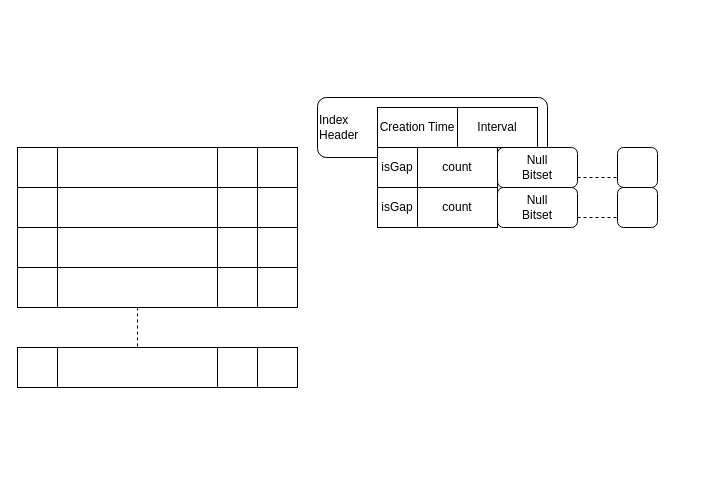
Earlier version of the draw.io diagram page "Strona-2" (2 of 2) of src/UML/data_format.drawio (michalwidera/retractordb). Source tidied: cells renumbered, new cells numbered last; positions are measured from the earlier drawing's top-left corner, leaving out a move shared by most shapes. Both pictures are drawn from the tidied source at 100%, with x=0, y=0 at pixel (17, 97).
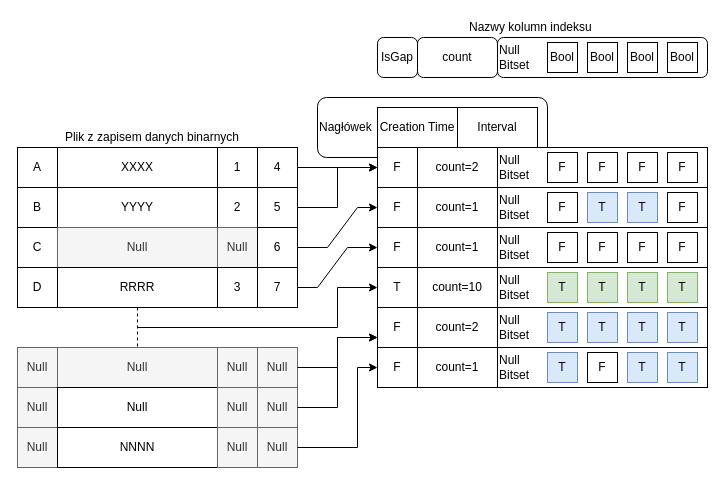
The same page after the edit.

Commit message (it also covers changes not shown here):
poprawiony rysunek indeksu

Diff of the diagram source:
```diff
@@
-    <mxCell id="2" value="Index&lt;br&gt;Header" style="rounded=1;whiteSpace=wrap;html=1;align=left;" parent="1" vertex="1">
+    <mxCell id="2" value="Nagłówek" style="rounded=1;whiteSpace=wrap;html=1;align=left;" parent="1" vertex="1">
       <mxGeometry x="300" width="230" height="60" as="geometry" />
     </mxCell>
-    <mxCell id="3" style="rounded=0;whiteSpace=wrap;html=1;" parent="1" vertex="1">
+    <mxCell id="3" value="A" style="rounded=0;whiteSpace=wrap;html=1;" parent="1" vertex="1">
       <mxGeometry y="50" width="40" height="40" as="geometry" />
     </mxCell>
-    <mxCell id="4" style="rounded=0;whiteSpace=wrap;html=1;" parent="1" vertex="1">
+    <mxCell id="4" value="XXXX" style="rounded=0;whiteSpace=wrap;html=1;" parent="1" vertex="1">
       <mxGeometry x="40" y="50" width="160" height="40" as="geometry" />
     </mxCell>
-    <mxCell id="5" style="rounded=0;whiteSpace=wrap;html=1;" parent="1" vertex="1">
+    <mxCell id="5" value="1" style="rounded=0;whiteSpace=wrap;html=1;" parent="1" vertex="1">
       <mxGeometry x="200" y="50" width="40" height="40" as="geometry" />
     </mxCell>
-    <mxCell id="6" style="rounded=0;whiteSpace=wrap;html=1;" parent="1" vertex="1">
+    <mxCell id="6" value="4" style="rounded=0;whiteSpace=wrap;html=1;" parent="1" vertex="1">
       <mxGeometry x="240" y="50" width="40" height="40" as="geometry" />
     </mxCell>
-    <mxCell id="7" style="rounded=0;whiteSpace=wrap;html=1;" parent="1" vertex="1">
+    <mxCell id="7" value="B" style="rounded=0;whiteSpace=wrap;html=1;" parent="1" vertex="1">
       <mxGeometry y="90" width="40" height="40" as="geometry" />
     </mxCell>
-    <mxCell id="8" style="rounded=0;whiteSpace=wrap;html=1;" parent="1" vertex="1">
+    <mxCell id="8" value="YYYY" style="rounded=0;whiteSpace=wrap;html=1;" parent="1" vertex="1">
       <mxGeometry x="40" y="90" width="160" height="40" as="geometry" />
     </mxCell>
-    <mxCell id="9" style="rounded=0;whiteSpace=wrap;html=1;" parent="1" vertex="1">
+    <mxCell id="9" value="2" style="rounded=0;whiteSpace=wrap;html=1;" parent="1" vertex="1">
       <mxGeometry x="200" y="90" width="40" height="40" as="geometry" />
     </mxCell>
-    <mxCell id="10" style="rounded=0;whiteSpace=wrap;html=1;" parent="1" vertex="1">
+    <mxCell id="10" value="5" style="rounded=0;whiteSpace=wrap;html=1;" parent="1" vertex="1">
       <mxGeometry x="240" y="90" width="40" height="40" as="geometry" />
     </mxCell>
-    <mxCell id="11" style="rounded=0;whiteSpace=wrap;html=1;" parent="1" vertex="1">
+    <mxCell id="11" value="C" style="rounded=0;whiteSpace=wrap;html=1;" parent="1" vertex="1">
       <mxGeometry y="130" width="40" height="40" as="geometry" />
     </mxCell>
-    <mxCell id="12" style="rounded=0;whiteSpace=wrap;html=1;" parent="1" vertex="1">
+    <mxCell id="12" value="Null" style="rounded=0;whiteSpace=wrap;html=1;fillColor=#f5f5f5;fontColor=#333333;strokeColor=#666666;" parent="1" vertex="1">
       <mxGeometry x="40" y="130" width="160" height="40" as="geometry" />
     </mxCell>
-    <mxCell id="13" style="rounded=0;whiteSpace=wrap;html=1;" parent="1" vertex="1">
+    <mxCell id="13" value="Null" style="rounded=0;whiteSpace=wrap;html=1;fillColor=#f5f5f5;fontColor=#333333;strokeColor=#666666;" parent="1" vertex="1">
       <mxGeometry x="200" y="130" width="40" height="40" as="geometry" />
     </mxCell>
-    <mxCell id="14" style="rounded=0;whiteSpace=wrap;html=1;" parent="1" vertex="1">
+    <mxCell id="14" value="6" style="rounded=0;whiteSpace=wrap;html=1;" parent="1" vertex="1">
       <mxGeometry x="240" y="130" width="40" height="40" as="geometry" />
     </mxCell>
-    <mxCell id="15" style="rounded=0;whiteSpace=wrap;html=1;" parent="1" vertex="1">
+    <mxCell id="15" value="D" style="rounded=0;whiteSpace=wrap;html=1;" parent="1" vertex="1">
       <mxGeometry y="170" width="40" height="40" as="geometry" />
     </mxCell>
-    <mxCell id="16" style="rounded=0;whiteSpace=wrap;html=1;" parent="1" vertex="1">
+    <mxCell id="16" value="RRRR" style="rounded=0;whiteSpace=wrap;html=1;" parent="1" vertex="1">
       <mxGeometry x="40" y="170" width="160" height="40" as="geometry" />
     </mxCell>
-    <mxCell id="17" style="rounded=0;whiteSpace=wrap;html=1;" parent="1" vertex="1">
+    <mxCell id="17" value="3" style="rounded=0;whiteSpace=wrap;html=1;" parent="1" vertex="1">
       <mxGeometry x="200" y="170" width="40" height="40" as="geometry" />
     </mxCell>
-    <mxCell id="18" style="rounded=0;whiteSpace=wrap;html=1;" parent="1" vertex="1">
+    <mxCell id="18" value="7" style="rounded=0;whiteSpace=wrap;html=1;" parent="1" vertex="1">
       <mxGeometry x="240" y="170" width="40" height="40" as="geometry" />
     </mxCell>
-    <mxCell id="19" value="isGap" style="rounded=0;whiteSpace=wrap;html=1;" parent="1" vertex="1">
+    <mxCell id="19" value="F" style="rounded=0;whiteSpace=wrap;html=1;" parent="1" vertex="1">
       <mxGeometry x="360" y="50" width="40" height="40" as="geometry" />
     </mxCell>
-    <mxCell id="20" value="count" style="rounded=0;whiteSpace=wrap;html=1;" parent="1" vertex="1">
+    <mxCell id="20" value="count=2" style="rounded=0;whiteSpace=wrap;html=1;" parent="1" vertex="1">
       <mxGeometry x="400" y="50" width="80" height="40" as="geometry" />
     </mxCell>
-    <mxCell id="21" value="Null&lt;div&gt;Bitset&lt;/div&gt;" style="rounded=1;whiteSpace=wrap;html=1;" parent="1" vertex="1">
-      <mxGeometry x="480" y="50" width="80" height="40" as="geometry" />
+    <mxCell id="21" value="Null&lt;div&gt;Bitset&lt;/div&gt;" style="rounded=0;whiteSpace=wrap;html=1;align=left;" parent="1" vertex="1">
+      <mxGeometry x="480" y="50" width="210" height="40" as="geometry" />
     </mxCell>
-    <mxCell id="22" style="rounded=1;whiteSpace=wrap;html=1;" parent="1" vertex="1">
-      <mxGeometry x="600" y="50" width="40" height="40" as="geometry" />
-    </mxCell>
-    <mxCell id="23" style="endArrow=none;dashed=1;html=1;rounded=0;exitX=1;exitY=0.75;exitDx=0;exitDy=0;entryX=0;entryY=0.75;entryDx=0;entryDy=0;" parent="1" edge="1" source="21" target="22">
-      <mxGeometry relative="1" as="geometry" />
-    </mxCell>
@@
-    <mxCell id="25" value="isGap" style="rounded=0;whiteSpace=wrap;html=1;" parent="1" vertex="1">
-      <mxGeometry x="360" y="90" width="40" height="40" as="geometry" />
-    </mxCell>
-    <mxCell id="26" value="count" style="rounded=0;whiteSpace=wrap;html=1;" parent="1" vertex="1">
-      <mxGeometry x="400" y="90" width="80" height="40" as="geometry" />
-    </mxCell>
-    <mxCell id="27" value="Null&lt;div&gt;Bitset&lt;/div&gt;" style="rounded=1;whiteSpace=wrap;html=1;" parent="1" vertex="1">
-      <mxGeometry x="480" y="90" width="80" height="40" as="geometry" />
-    </mxCell>
-    <mxCell id="28" style="rounded=1;whiteSpace=wrap;html=1;" parent="1" vertex="1">
-      <mxGeometry x="600" y="90" width="40" height="40" as="geometry" />
-    </mxCell>
-    <mxCell id="29" style="endArrow=none;dashed=1;html=1;rounded=0;exitX=1;exitY=0.75;exitDx=0;exitDy=0;entryX=0;entryY=0.75;entryDx=0;entryDy=0;" parent="1" edge="1" source="27" target="28">
-      <mxGeometry relative="1" as="geometry" />
-    </mxCell>
@@
-    <mxCell id="31" style="rounded=0;whiteSpace=wrap;html=1;" parent="1" vertex="1">
+    <mxCell id="31" value="Null" style="rounded=0;whiteSpace=wrap;html=1;fillColor=#f5f5f5;fontColor=#333333;strokeColor=#666666;" parent="1" vertex="1">
       <mxGeometry y="250" width="40" height="40" as="geometry" />
     </mxCell>
-    <mxCell id="32" style="rounded=0;whiteSpace=wrap;html=1;" parent="1" vertex="1">
+    <mxCell id="32" value="Null" style="rounded=0;whiteSpace=wrap;html=1;fillColor=#f5f5f5;fontColor=#333333;strokeColor=#666666;" parent="1" vertex="1">
       <mxGeometry x="40" y="250" width="160" height="40" as="geometry" />
     </mxCell>
-    <mxCell id="33" style="rounded=0;whiteSpace=wrap;html=1;" parent="1" vertex="1">
+    <mxCell id="33" value="Null" style="rounded=0;whiteSpace=wrap;html=1;fillColor=#f5f5f5;fontColor=#333333;strokeColor=#666666;" parent="1" vertex="1">
       <mxGeometry x="200" y="250" width="40" height="40" as="geometry" />
     </mxCell>
-    <mxCell id="34" style="rounded=0;whiteSpace=wrap;html=1;" parent="1" vertex="1">
+    <mxCell id="34" value="Null" style="rounded=0;whiteSpace=wrap;html=1;fillColor=#f5f5f5;fontColor=#333333;strokeColor=#666666;" parent="1" vertex="1">
       <mxGeometry x="240" y="250" width="40" height="40" as="geometry" />
     </mxCell>
@@
+    <mxCell id="36" value="Null" style="rounded=0;whiteSpace=wrap;html=1;fillColor=#f5f5f5;fontColor=#333333;strokeColor=#666666;" parent="1" vertex="1">
+      <mxGeometry y="290" width="40" height="40" as="geometry" />
+    </mxCell>
+    <mxCell id="37" value="Null" style="rounded=0;whiteSpace=wrap;html=1;" parent="1" vertex="1">
+      <mxGeometry x="40" y="290" width="160" height="40" as="geometry" />
+    </mxCell>
+    <mxCell id="38" value="Null" style="rounded=0;whiteSpace=wrap;html=1;fillColor=#f5f5f5;fontColor=#333333;strokeColor=#666666;" parent="1" vertex="1">
+      <mxGeometry x="200" y="290" width="40" height="40" as="geometry" />
+    </mxCell>
+    <mxCell id="39" value="Null" style="rounded=0;whiteSpace=wrap;html=1;fillColor=#f5f5f5;fontColor=#333333;strokeColor=#666666;" parent="1" vertex="1">
+      <mxGeometry x="240" y="290" width="40" height="40" as="geometry" />
+    </mxCell>
+    <mxCell id="40" value="Null" style="rounded=0;whiteSpace=wrap;html=1;fillColor=#f5f5f5;fontColor=#333333;strokeColor=#666666;" parent="1" vertex="1">
+      <mxGeometry y="330" width="40" height="40" as="geometry" />
+    </mxCell>
+    <mxCell id="41" value="NNNN" style="rounded=0;whiteSpace=wrap;html=1;" parent="1" vertex="1">
+      <mxGeometry x="40" y="330" width="160" height="40" as="geometry" />
+    </mxCell>
+    <mxCell id="42" value="Null" style="rounded=0;whiteSpace=wrap;html=1;fillColor=#f5f5f5;fontColor=#333333;strokeColor=#666666;" parent="1" vertex="1">
+      <mxGeometry x="200" y="330" width="40" height="40" as="geometry" />
+    </mxCell>
+    <mxCell id="43" value="Null" style="rounded=0;whiteSpace=wrap;html=1;fillColor=#f5f5f5;fontColor=#333333;strokeColor=#666666;" parent="1" vertex="1">
+      <mxGeometry x="240" y="330" width="40" height="40" as="geometry" />
+    </mxCell>
+    <mxCell id="44" value="F" style="rounded=0;whiteSpace=wrap;html=1;" parent="1" vertex="1">
+      <mxGeometry x="530" y="55" width="30" height="30" as="geometry" />
+    </mxCell>
+    <mxCell id="45" value="F" style="rounded=0;whiteSpace=wrap;html=1;" parent="1" vertex="1">
+      <mxGeometry x="570" y="55" width="30" height="30" as="geometry" />
+    </mxCell>
+    <mxCell id="46" value="F" style="rounded=0;whiteSpace=wrap;html=1;" parent="1" vertex="1">
+      <mxGeometry x="610" y="55" width="30" height="30" as="geometry" />
+    </mxCell>
+    <mxCell id="47" value="F" style="rounded=0;whiteSpace=wrap;html=1;" parent="1" vertex="1">
+      <mxGeometry x="650" y="55" width="30" height="30" as="geometry" />
+    </mxCell>
+    <mxCell id="48" value="F" style="rounded=0;whiteSpace=wrap;html=1;" parent="1" vertex="1">
+      <mxGeometry x="360" y="90" width="40" height="40" as="geometry" />
+    </mxCell>
+    <mxCell id="49" value="count=1" style="rounded=0;whiteSpace=wrap;html=1;" parent="1" vertex="1">
+      <mxGeometry x="400" y="90" width="80" height="40" as="geometry" />
+    </mxCell>
+    <mxCell id="50" value="Null&lt;div&gt;Bitset&lt;/div&gt;" style="rounded=0;whiteSpace=wrap;html=1;align=left;" parent="1" vertex="1">
+      <mxGeometry x="480" y="90" width="210" height="40" as="geometry" />
+    </mxCell>
+    <mxCell id="51" value="F" style="rounded=0;whiteSpace=wrap;html=1;" parent="1" vertex="1">
+      <mxGeometry x="530" y="95" width="30" height="30" as="geometry" />
+    </mxCell>
+    <mxCell id="52" value="T" style="rounded=0;whiteSpace=wrap;html=1;fillColor=#dae8fc;strokeColor=#6c8ebf;" parent="1" vertex="1">
+      <mxGeometry x="570" y="95" width="30" height="30" as="geometry" />
+    </mxCell>
+    <mxCell id="53" value="T" style="rounded=0;whiteSpace=wrap;html=1;fillColor=#dae8fc;strokeColor=#6c8ebf;" parent="1" vertex="1">
+      <mxGeometry x="610" y="95" width="30" height="30" as="geometry" />
+    </mxCell>
+    <mxCell id="54" value="F" style="rounded=0;whiteSpace=wrap;html=1;" parent="1" vertex="1">
+      <mxGeometry x="650" y="95" width="30" height="30" as="geometry" />
+    </mxCell>
+    <mxCell id="55" value="F" style="rounded=0;whiteSpace=wrap;html=1;" parent="1" vertex="1">
+      <mxGeometry x="360" y="130" width="40" height="40" as="geometry" />
+    </mxCell>
+    <mxCell id="56" value="count=1" style="rounded=0;whiteSpace=wrap;html=1;" parent="1" vertex="1">
+      <mxGeometry x="400" y="130" width="80" height="40" as="geometry" />
+    </mxCell>
+    <mxCell id="57" value="Null&lt;div&gt;Bitset&lt;/div&gt;" style="rounded=0;whiteSpace=wrap;html=1;align=left;" parent="1" vertex="1">
+      <mxGeometry x="480" y="130" width="210" height="40" as="geometry" />
+    </mxCell>
+    <mxCell id="58" value="F" style="rounded=0;whiteSpace=wrap;html=1;" parent="1" vertex="1">
+      <mxGeometry x="530" y="135" width="30" height="30" as="geometry" />
+    </mxCell>
+    <mxCell id="59" value="F" style="rounded=0;whiteSpace=wrap;html=1;" parent="1" vertex="1">
+      <mxGeometry x="570" y="135" width="30" height="30" as="geometry" />
+    </mxCell>
+    <mxCell id="60" value="F" style="rounded=0;whiteSpace=wrap;html=1;" parent="1" vertex="1">
+      <mxGeometry x="610" y="135" width="30" height="30" as="geometry" />
+    </mxCell>
+    <mxCell id="61" value="F" style="rounded=0;whiteSpace=wrap;html=1;" parent="1" vertex="1">
+      <mxGeometry x="650" y="135" width="30" height="30" as="geometry" />
+    </mxCell>
+    <mxCell id="62" value="IsGap" style="rounded=1;whiteSpace=wrap;html=1;" parent="1" vertex="1">
+      <mxGeometry x="360" y="-60" width="40" height="40" as="geometry" />
+    </mxCell>
+    <mxCell id="26" value="count" style="rounded=1;whiteSpace=wrap;html=1;" parent="1" vertex="1">
+      <mxGeometry x="400" y="-60" width="80" height="40" as="geometry" />
+    </mxCell>
+    <mxCell id="63" value="Null&lt;div&gt;Bitset&lt;/div&gt;" style="rounded=1;whiteSpace=wrap;html=1;align=left;" parent="1" vertex="1">
+      <mxGeometry x="480" y="-60" width="210" height="40" as="geometry" />
+    </mxCell>
+    <mxCell id="64" value="Bool" style="rounded=0;whiteSpace=wrap;html=1;" parent="1" vertex="1">
+      <mxGeometry x="530" y="-55" width="30" height="30" as="geometry" />
+    </mxCell>
+    <mxCell id="65" value="Bool" style="rounded=0;whiteSpace=wrap;html=1;" parent="1" vertex="1">
+      <mxGeometry x="570" y="-55" width="30" height="30" as="geometry" />
+    </mxCell>
+    <mxCell id="66" value="Bool" style="rounded=0;whiteSpace=wrap;html=1;" parent="1" vertex="1">
+      <mxGeometry x="610" y="-55" width="30" height="30" as="geometry" />
+    </mxCell>
+    <mxCell id="67" value="Bool" style="rounded=0;whiteSpace=wrap;html=1;" parent="1" vertex="1">
+      <mxGeometry x="650" y="-55" width="30" height="30" as="geometry" />
+    </mxCell>
+    <mxCell id="68" value="T" style="rounded=0;whiteSpace=wrap;html=1;" parent="1" vertex="1">
+      <mxGeometry x="360" y="170" width="40" height="40" as="geometry" />
+    </mxCell>
+    <mxCell id="69" value="count=10" style="rounded=0;whiteSpace=wrap;html=1;" parent="1" vertex="1">
+      <mxGeometry x="400" y="170" width="80" height="40" as="geometry" />
+    </mxCell>
+    <mxCell id="70" value="Null&lt;div&gt;Bitset&lt;/div&gt;" style="rounded=0;whiteSpace=wrap;html=1;align=left;" parent="1" vertex="1">
+      <mxGeometry x="480" y="170" width="210" height="40" as="geometry" />
+    </mxCell>
+    <mxCell id="71" value="T" style="rounded=0;whiteSpace=wrap;html=1;fillColor=#d5e8d4;strokeColor=#82b366;" parent="1" vertex="1">
+      <mxGeometry x="530" y="175" width="30" height="30" as="geometry" />
+    </mxCell>
+    <mxCell id="72" value="T" style="rounded=0;whiteSpace=wrap;html=1;fillColor=#d5e8d4;strokeColor=#82b366;" parent="1" vertex="1">
+      <mxGeometry x="570" y="175" width="30" height="30" as="geometry" />
+    </mxCell>
+    <mxCell id="73" value="T" style="rounded=0;whiteSpace=wrap;html=1;fillColor=#d5e8d4;strokeColor=#82b366;" parent="1" vertex="1">
+      <mxGeometry x="610" y="175" width="30" height="30" as="geometry" />
+    </mxCell>
+    <mxCell id="74" value="T" style="rounded=0;whiteSpace=wrap;html=1;fillColor=#d5e8d4;strokeColor=#82b366;" parent="1" vertex="1">
+      <mxGeometry x="650" y="175" width="30" height="30" as="geometry" />
+    </mxCell>
+    <mxCell id="75" value="F" style="rounded=0;whiteSpace=wrap;html=1;" parent="1" vertex="1">
+      <mxGeometry x="360" y="210" width="40" height="40" as="geometry" />
+    </mxCell>
+    <mxCell id="76" value="count=2" style="rounded=0;whiteSpace=wrap;html=1;" parent="1" vertex="1">
+      <mxGeometry x="400" y="210" width="80" height="40" as="geometry" />
+    </mxCell>
+    <mxCell id="77" value="Null&lt;div&gt;Bitset&lt;/div&gt;" style="rounded=0;whiteSpace=wrap;html=1;align=left;" parent="1" vertex="1">
+      <mxGeometry x="480" y="210" width="210" height="40" as="geometry" />
+    </mxCell>
+    <mxCell id="78" value="T" style="rounded=0;whiteSpace=wrap;html=1;fillColor=#dae8fc;strokeColor=#6c8ebf;" parent="1" vertex="1">
+      <mxGeometry x="530" y="215" width="30" height="30" as="geometry" />
+    </mxCell>
+    <mxCell id="79" value="T" style="rounded=0;whiteSpace=wrap;html=1;fillColor=#dae8fc;strokeColor=#6c8ebf;" parent="1" vertex="1">
+      <mxGeometry x="570" y="215" width="30" height="30" as="geometry" />
+    </mxCell>
+    <mxCell id="80" value="T" style="rounded=0;whiteSpace=wrap;html=1;fillColor=#dae8fc;strokeColor=#6c8ebf;" parent="1" vertex="1">
+      <mxGeometry x="610" y="215" width="30" height="30" as="geometry" />
+    </mxCell>
+    <mxCell id="81" value="T" style="rounded=0;whiteSpace=wrap;html=1;fillColor=#dae8fc;strokeColor=#6c8ebf;" parent="1" vertex="1">
+      <mxGeometry x="650" y="215" width="30" height="30" as="geometry" />
+    </mxCell>
+    <mxCell id="82" value="F" style="rounded=0;whiteSpace=wrap;html=1;" parent="1" vertex="1">
+      <mxGeometry x="360" y="250" width="40" height="40" as="geometry" />
+    </mxCell>
+    <mxCell id="83" value="count=1" style="rounded=0;whiteSpace=wrap;html=1;" parent="1" vertex="1">
+      <mxGeometry x="400" y="250" width="80" height="40" as="geometry" />
+    </mxCell>
+    <mxCell id="84" value="Null&lt;div&gt;Bitset&lt;/div&gt;" style="rounded=0;whiteSpace=wrap;html=1;align=left;" parent="1" vertex="1">
+      <mxGeometry x="480" y="250" width="210" height="40" as="geometry" />
+    </mxCell>
+    <mxCell id="85" value="T" style="rounded=0;whiteSpace=wrap;html=1;fillColor=#dae8fc;strokeColor=#6c8ebf;" parent="1" vertex="1">
+      <mxGeometry x="530" y="255" width="30" height="30" as="geometry" />
+    </mxCell>
+    <mxCell id="86" value="F" style="rounded=0;whiteSpace=wrap;html=1;" parent="1" vertex="1">
+      <mxGeometry x="570" y="255" width="30" height="30" as="geometry" />
+    </mxCell>
+    <mxCell id="87" value="T" style="rounded=0;whiteSpace=wrap;html=1;fillColor=#dae8fc;strokeColor=#6c8ebf;" parent="1" vertex="1">
+      <mxGeometry x="610" y="255" width="30" height="30" as="geometry" />
+    </mxCell>
+    <mxCell id="88" value="T" style="rounded=0;whiteSpace=wrap;html=1;fillColor=#dae8fc;strokeColor=#6c8ebf;" parent="1" vertex="1">
+      <mxGeometry x="650" y="255" width="30" height="30" as="geometry" />
+    </mxCell>
+    <mxCell id="89" style="endArrow=classic;html=1;rounded=0;entryX=0;entryY=0.5;entryDx=0;entryDy=0;" parent="1" edge="1" target="68">
+      <mxGeometry relative="1" as="geometry">
+        <mxPoint x="120" y="230" as="sourcePoint" />
+        <Array as="points">
+          <mxPoint x="320" y="230" />
+          <mxPoint x="320" y="190" />
+        </Array>
+      </mxGeometry>
+    </mxCell>
+    <mxCell id="90" style="endArrow=classic;html=1;rounded=0;exitX=1;exitY=0.5;exitDx=0;exitDy=0;" parent="1" edge="1" source="34">
+      <mxGeometry relative="1" as="geometry">
+        <mxPoint x="360" y="240" as="targetPoint" />
+        <Array as="points">
+          <mxPoint x="320" y="270" />
+          <mxPoint x="320" y="240" />
+        </Array>
+      </mxGeometry>
+    </mxCell>
+    <mxCell id="91" style="endArrow=classic;html=1;rounded=0;exitX=1;exitY=0.5;exitDx=0;exitDy=0;" parent="1" edge="1" source="39">
+      <mxGeometry relative="1" as="geometry">
+        <mxPoint x="360" y="240" as="targetPoint" />
+        <Array as="points">
+          <mxPoint x="320" y="310" />
+          <mxPoint x="320" y="240" />
+        </Array>
+      </mxGeometry>
+    </mxCell>
+    <mxCell id="92" style="endArrow=classic;html=1;rounded=0;exitX=1;exitY=0.5;exitDx=0;exitDy=0;entryX=0;entryY=0.5;entryDx=0;entryDy=0;" parent="1" edge="1" source="43" target="82">
+      <mxGeometry relative="1" as="geometry">
+        <Array as="points">
+          <mxPoint x="340" y="350" />
+          <mxPoint x="340" y="270" />
+        </Array>
+      </mxGeometry>
+    </mxCell>
+    <mxCell id="93" style="endArrow=classic;html=1;rounded=0;exitX=1;exitY=0.5;exitDx=0;exitDy=0;entryX=0;entryY=0.5;entryDx=0;entryDy=0;" parent="1" edge="1" source="6" target="19">
+      <mxGeometry relative="1" as="geometry" />
+    </mxCell>
+    <mxCell id="94" style="endArrow=classic;html=1;rounded=0;exitX=1;exitY=0.5;exitDx=0;exitDy=0;" parent="1" edge="1" source="10">
+      <mxGeometry relative="1" as="geometry">
+        <mxPoint x="360" y="70" as="targetPoint" />
+        <Array as="points">
+          <mxPoint x="320" y="110" />
+          <mxPoint x="320" y="70" />
+        </Array>
+      </mxGeometry>
+    </mxCell>
+    <mxCell id="95" style="endArrow=classic;html=1;rounded=0;exitX=1;exitY=0.5;exitDx=0;exitDy=0;entryX=0;entryY=0.5;entryDx=0;entryDy=0;" parent="1" edge="1" source="14" target="48">
+      <mxGeometry relative="1" as="geometry">
+        <Array as="points">
+          <mxPoint x="310" y="150" />
+          <mxPoint x="340" y="110" />
+        </Array>
+      </mxGeometry>
+    </mxCell>
+    <mxCell id="96" style="endArrow=classic;html=1;rounded=0;exitX=1;exitY=0.5;exitDx=0;exitDy=0;entryX=0;entryY=0.5;entryDx=0;entryDy=0;" parent="1" edge="1" source="18" target="55">
+      <mxGeometry relative="1" as="geometry">
+        <Array as="points">
+          <mxPoint x="300" y="190" />
+          <mxPoint x="330" y="150" />
+        </Array>
+      </mxGeometry>
+    </mxCell>
+    <mxCell id="97" value="Nazwy kolumn indeksu&amp;nbsp;" style="text;html=1;whiteSpace=wrap;strokeColor=none;fillColor=none;align=center;verticalAlign=middle;rounded=0;" parent="1" vertex="1">
+      <mxGeometry x="440" y="-80" width="150" height="20" as="geometry" />
+    </mxCell>
+    <mxCell id="98" value="Plik z zapisem danych binarnych" style="text;html=1;whiteSpace=wrap;align=center;verticalAlign=middle;rounded=0;" parent="1" vertex="1">
+      <mxGeometry x="40" y="30" width="190" height="20" as="geometry" />
+    </mxCell>
```
